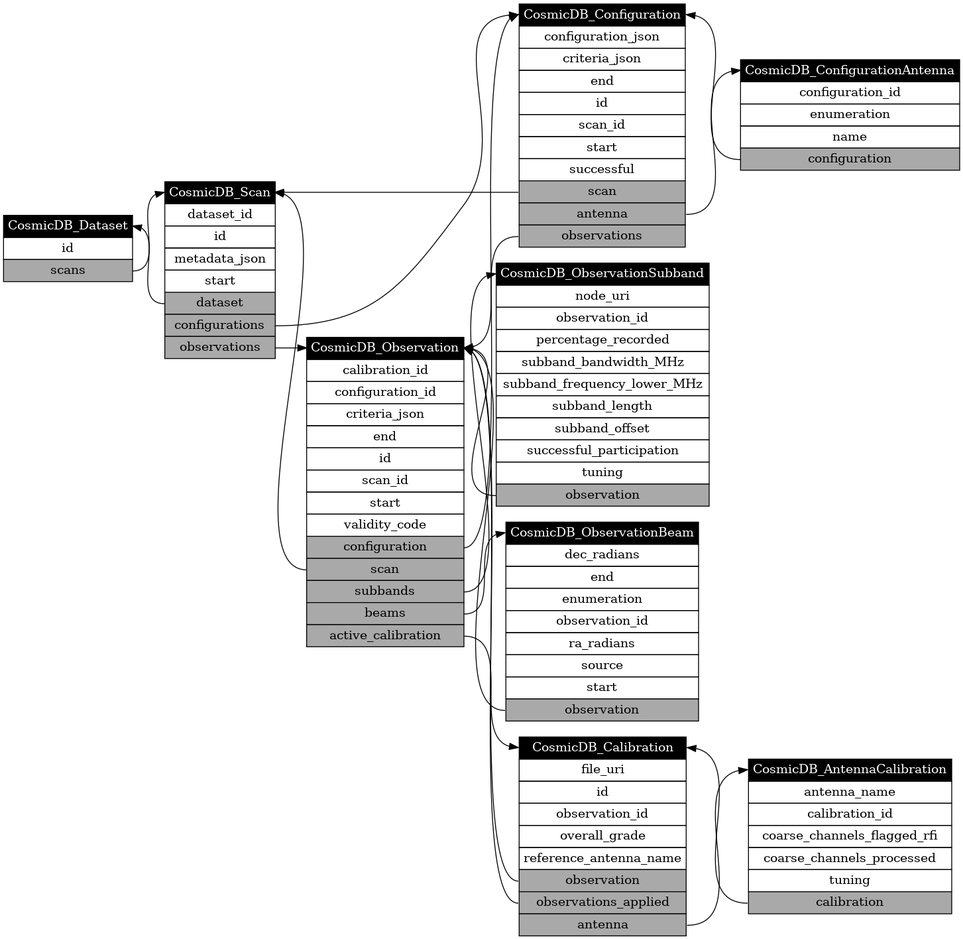
This is docs/classes_Operation.png from COSMIC-SETI/COSMIC-VLA-Database, a Graphviz export, as it was before one commit. Its source is kept beside it as docs/classes_Operation.dot. Its diagram source:
```dot
digraph CosmicDB_Operation {
rankdir=LR;
CosmicDB_Dataset:scans -> CosmicDB_Scan:class;
CosmicDB_Dataset [label=<<table border="0" cellborder="1" cellspacing="0" cellpadding="4">
	<tr><td bgcolor="black" port="class"><font color="white">CosmicDB_Dataset</font></td></tr>
	<tr><td>id</td></tr>
	<tr><td bgcolor="darkgrey" port="scans">scans</td></tr>
</table>>, shape=plain];
CosmicDB_Scan:dataset -> CosmicDB_Dataset:class;
CosmicDB_Scan:configurations -> CosmicDB_Configuration:class;
CosmicDB_Scan:observations -> CosmicDB_Observation:class;
CosmicDB_Scan [label=<<table border="0" cellborder="1" cellspacing="0" cellpadding="4">
	<tr><td bgcolor="black" port="class"><font color="white">CosmicDB_Scan</font></td></tr>
	<tr><td>dataset_id</td></tr>
	<tr><td>id</td></tr>
	<tr><td>metadata_json</td></tr>
	<tr><td>start</td></tr>
	<tr><td bgcolor="darkgrey" port="dataset">dataset</td></tr>
	<tr><td bgcolor="darkgrey" port="configurations">configurations</td></tr>
	<tr><td bgcolor="darkgrey" port="observations">observations</td></tr>
</table>>, shape=plain];
CosmicDB_Configuration:scan -> CosmicDB_Scan:class;
CosmicDB_Configuration:antenna -> CosmicDB_ConfigurationAntenna:class;
CosmicDB_Configuration:observations -> CosmicDB_Observation:class;
CosmicDB_Configuration [label=<<table border="0" cellborder="1" cellspacing="0" cellpadding="4">
	<tr><td bgcolor="black" port="class"><font color="white">CosmicDB_Configuration</font></td></tr>
	<tr><td>configuration_json</td></tr>
	<tr><td>criteria_json</td></tr>
	<tr><td>end</td></tr>
	<tr><td>id</td></tr>
	<tr><td>scan_id</td></tr>
	<tr><td>start</td></tr>
	<tr><td>successful</td></tr>
	<tr><td bgcolor="darkgrey" port="scan">scan</td></tr>
	<tr><td bgcolor="darkgrey" port="antenna">antenna</td></tr>
	<tr><td bgcolor="darkgrey" port="observations">observations</td></tr>
</table>>, shape=plain];
CosmicDB_ConfigurationAntenna:configuration -> CosmicDB_Configuration:class;
CosmicDB_ConfigurationAntenna [label=<<table border="0" cellborder="1" cellspacing="0" cellpadding="4">
	<tr><td bgcolor="black" port="class"><font color="white">CosmicDB_ConfigurationAntenna</font></td></tr>
	<tr><td>configuration_id</td></tr>
	<tr><td>enumeration</td></tr>
	<tr><td>name</td></tr>
	<tr><td bgcolor="darkgrey" port="configuration">configuration</td></tr>
</table>>, shape=plain];
CosmicDB_Calibration:observation -> CosmicDB_Observation:class;
CosmicDB_Calibration:observations_applied -> CosmicDB_Observation:class;
CosmicDB_Calibration:antenna -> CosmicDB_AntennaCalibration:class;
CosmicDB_Calibration [label=<<table border="0" cellborder="1" cellspacing="0" cellpadding="4">
	<tr><td bgcolor="black" port="class"><font color="white">CosmicDB_Calibration</font></td></tr>
	<tr><td>file_uri</td></tr>
	<tr><td>id</td></tr>
	<tr><td>observation_id</td></tr>
	<tr><td>overall_grade</td></tr>
	<tr><td>reference_antenna_name</td></tr>
	<tr><td bgcolor="darkgrey" port="observation">observation</td></tr>
	<tr><td bgcolor="darkgrey" port="observations_applied">observations_applied</td></tr>
	<tr><td bgcolor="darkgrey" port="antenna">antenna</td></tr>
</table>>, shape=plain];
CosmicDB_AntennaCalibration:calibration -> CosmicDB_Calibration:class;
CosmicDB_AntennaCalibration [label=<<table border="0" cellborder="1" cellspacing="0" cellpadding="4">
	<tr><td bgcolor="black" port="class"><font color="white">CosmicDB_AntennaCalibration</font></td></tr>
	<tr><td>antenna_name</td></tr>
	<tr><td>calibration_id</td></tr>
	<tr><td>coarse_channels_flagged_rfi</td></tr>
	<tr><td>coarse_channels_processed</td></tr>
	<tr><td>tuning</td></tr>
	<tr><td bgcolor="darkgrey" port="calibration">calibration</td></tr>
</table>>, shape=plain];
CosmicDB_Observation:configuration -> CosmicDB_Configuration:class;
CosmicDB_Observation:scan -> CosmicDB_Scan:class;
CosmicDB_Observation:subbands -> CosmicDB_ObservationSubband:class;
CosmicDB_Observation:beams -> CosmicDB_ObservationBeam:class;
CosmicDB_Observation:active_calibration -> CosmicDB_Calibration:class;
CosmicDB_Observation [label=<<table border="0" cellborder="1" cellspacing="0" cellpadding="4">
	<tr><td bgcolor="black" port="class"><font color="white">CosmicDB_Observation</font></td></tr>
	<tr><td>calibration_id</td></tr>
	<tr><td>configuration_id</td></tr>
	<tr><td>criteria_json</td></tr>
	<tr><td>end</td></tr>
	<tr><td>id</td></tr>
	<tr><td>scan_id</td></tr>
	<tr><td>start</td></tr>
	<tr><td>validity_code</td></tr>
	<tr><td bgcolor="darkgrey" port="configuration">configuration</td></tr>
	<tr><td bgcolor="darkgrey" port="scan">scan</td></tr>
	<tr><td bgcolor="darkgrey" port="subbands">subbands</td></tr>
	<tr><td bgcolor="darkgrey" port="beams">beams</td></tr>
	<tr><td bgcolor="darkgrey" port="active_calibration">active_calibration</td></tr>
</table>>, shape=plain];
CosmicDB_ObservationSubband:observation -> CosmicDB_Observation:class;
CosmicDB_ObservationSubband [label=<<table border="0" cellborder="1" cellspacing="0" cellpadding="4">
	<tr><td bgcolor="black" port="class"><font color="white">CosmicDB_ObservationSubband</font></td></tr>
	<tr><td>node_uri</td></tr>
	<tr><td>observation_id</td></tr>
	<tr><td>percentage_recorded</td></tr>
	<tr><td>subband_bandwidth_MHz</td></tr>
	<tr><td>subband_frequency_lower_MHz</td></tr>
	<tr><td>subband_length</td></tr>
	<tr><td>subband_offset</td></tr>
	<tr><td>successful_participation</td></tr>
	<tr><td>tuning</td></tr>
	<tr><td bgcolor="darkgrey" port="observation">observation</td></tr>
</table>>, shape=plain];
CosmicDB_ObservationBeam:observation -> CosmicDB_Observation:class;
CosmicDB_ObservationBeam [label=<<table border="0" cellborder="1" cellspacing="0" cellpadding="4">
	<tr><td bgcolor="black" port="class"><font color="white">CosmicDB_ObservationBeam</font></td></tr>
	<tr><td>dec_radians</td></tr>
	<tr><td>end</td></tr>
	<tr><td>enumeration</td></tr>
	<tr><td>observation_id</td></tr>
	<tr><td>ra_radians</td></tr>
	<tr><td>source</td></tr>
	<tr><td>start</td></tr>
	<tr><td bgcolor="darkgrey" port="observation">observation</td></tr>
</table>>, shape=plain];
}
```
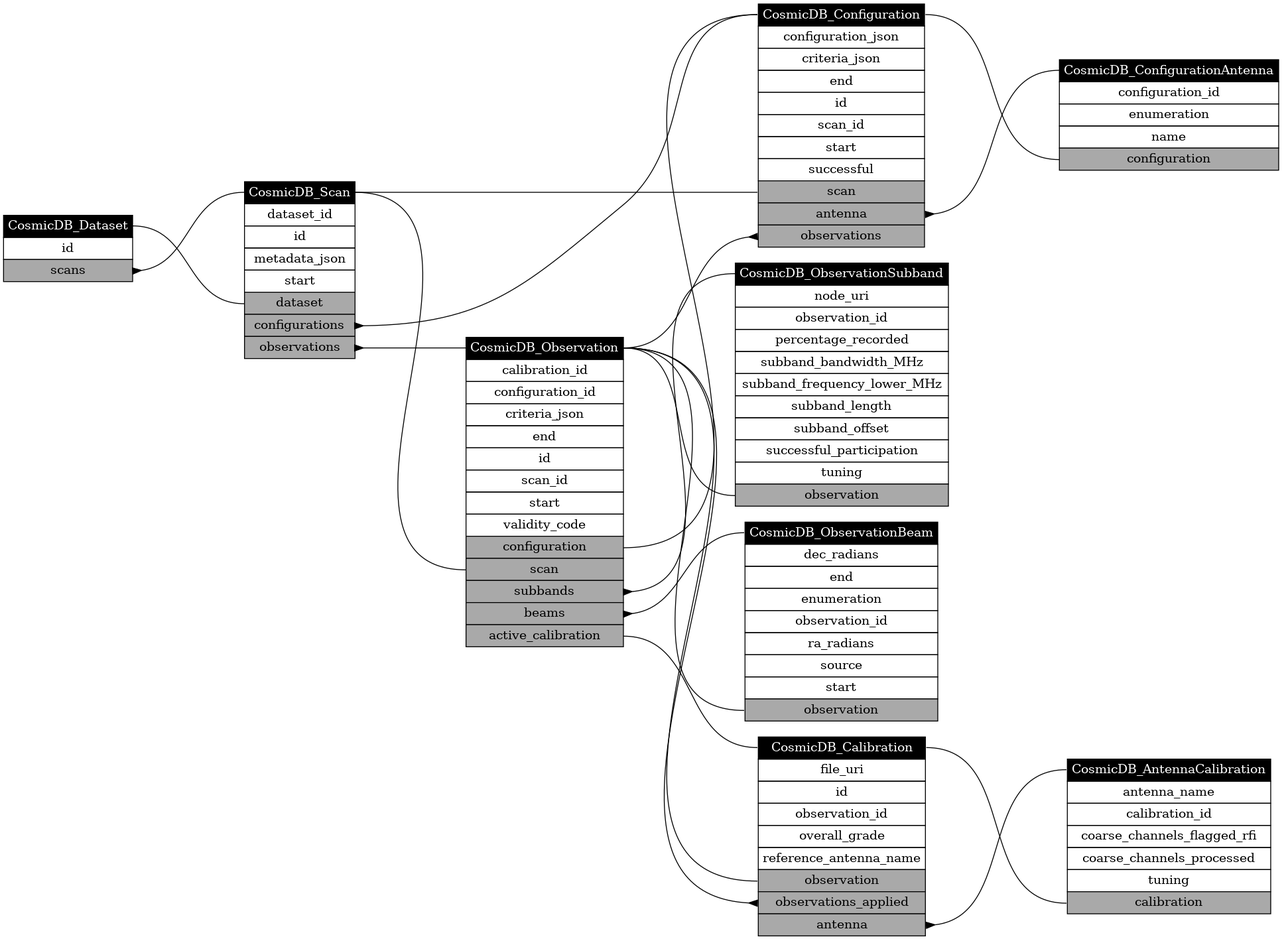
Above is the later version.

Change to the diagram source:
```diff
@@ -1,14 +1,12 @@
 digraph CosmicDB_Operation {
+layout=dot;
 rankdir=LR;
-CosmicDB_Dataset:scans -> CosmicDB_Scan:class;
+ranksep="1.75";
 CosmicDB_Dataset [label=<<table border="0" cellborder="1" cellspacing="0" cellpadding="4">
 	<tr><td bgcolor="black" port="class"><font color="white">CosmicDB_Dataset</font></td></tr>
 	<tr><td>id</td></tr>
 	<tr><td bgcolor="darkgrey" port="scans">scans</td></tr>
 </table>>, shape=plain];
-CosmicDB_Scan:dataset -> CosmicDB_Dataset:class;
-CosmicDB_Scan:configurations -> CosmicDB_Configuration:class;
-CosmicDB_Scan:observations -> CosmicDB_Observation:class;
 CosmicDB_Scan [label=<<table border="0" cellborder="1" cellspacing="0" cellpadding="4">
 	<tr><td bgcolor="black" port="class"><font color="white">CosmicDB_Scan</font></td></tr>
 	<tr><td>dataset_id</td></tr>
@@ -19,9 +17,6 @@
 	<tr><td bgcolor="darkgrey" port="configurations">configurations</td></tr>
 	<tr><td bgcolor="darkgrey" port="observations">observations</td></tr>
 </table>>, shape=plain];
-CosmicDB_Configuration:scan -> CosmicDB_Scan:class;
-CosmicDB_Configuration:antenna -> CosmicDB_ConfigurationAntenna:class;
-CosmicDB_Configuration:observations -> CosmicDB_Observation:class;
 CosmicDB_Configuration [label=<<table border="0" cellborder="1" cellspacing="0" cellpadding="4">
 	<tr><td bgcolor="black" port="class"><font color="white">CosmicDB_Configuration</font></td></tr>
 	<tr><td>configuration_json</td></tr>
@@ -35,7 +30,6 @@
 	<tr><td bgcolor="darkgrey" port="antenna">antenna</td></tr>
 	<tr><td bgcolor="darkgrey" port="observations">observations</td></tr>
 </table>>, shape=plain];
-CosmicDB_ConfigurationAntenna:configuration -> CosmicDB_Configuration:class;
 CosmicDB_ConfigurationAntenna [label=<<table border="0" cellborder="1" cellspacing="0" cellpadding="4">
 	<tr><td bgcolor="black" port="class"><font color="white">CosmicDB_ConfigurationAntenna</font></td></tr>
 	<tr><td>configuration_id</td></tr>
@@ -43,9 +37,6 @@
 	<tr><td>name</td></tr>
 	<tr><td bgcolor="darkgrey" port="configuration">configuration</td></tr>
 </table>>, shape=plain];
-CosmicDB_Calibration:observation -> CosmicDB_Observation:class;
-CosmicDB_Calibration:observations_applied -> CosmicDB_Observation:class;
-CosmicDB_Calibration:antenna -> CosmicDB_AntennaCalibration:class;
 CosmicDB_Calibration [label=<<table border="0" cellborder="1" cellspacing="0" cellpadding="4">
 	<tr><td bgcolor="black" port="class"><font color="white">CosmicDB_Calibration</font></td></tr>
 	<tr><td>file_uri</td></tr>
@@ -57,7 +48,6 @@
 	<tr><td bgcolor="darkgrey" port="observations_applied">observations_applied</td></tr>
 	<tr><td bgcolor="darkgrey" port="antenna">antenna</td></tr>
 </table>>, shape=plain];
-CosmicDB_AntennaCalibration:calibration -> CosmicDB_Calibration:class;
 CosmicDB_AntennaCalibration [label=<<table border="0" cellborder="1" cellspacing="0" cellpadding="4">
 	<tr><td bgcolor="black" port="class"><font color="white">CosmicDB_AntennaCalibration</font></td></tr>
 	<tr><td>antenna_name</td></tr>
@@ -67,11 +57,6 @@
 	<tr><td>tuning</td></tr>
 	<tr><td bgcolor="darkgrey" port="calibration">calibration</td></tr>
 </table>>, shape=plain];
-CosmicDB_Observation:configuration -> CosmicDB_Configuration:class;
-CosmicDB_Observation:scan -> CosmicDB_Scan:class;
-CosmicDB_Observation:subbands -> CosmicDB_ObservationSubband:class;
-CosmicDB_Observation:beams -> CosmicDB_ObservationBeam:class;
-CosmicDB_Observation:active_calibration -> CosmicDB_Calibration:class;
 CosmicDB_Observation [label=<<table border="0" cellborder="1" cellspacing="0" cellpadding="4">
 	<tr><td bgcolor="black" port="class"><font color="white">CosmicDB_Observation</font></td></tr>
 	<tr><td>calibration_id</td></tr>
@@ -88,7 +73,6 @@
 	<tr><td bgcolor="darkgrey" port="beams">beams</td></tr>
 	<tr><td bgcolor="darkgrey" port="active_calibration">active_calibration</td></tr>
 </table>>, shape=plain];
-CosmicDB_ObservationSubband:observation -> CosmicDB_Observation:class;
 CosmicDB_ObservationSubband [label=<<table border="0" cellborder="1" cellspacing="0" cellpadding="4">
 	<tr><td bgcolor="black" port="class"><font color="white">CosmicDB_ObservationSubband</font></td></tr>
 	<tr><td>node_uri</td></tr>
@@ -102,7 +86,6 @@
 	<tr><td>tuning</td></tr>
 	<tr><td bgcolor="darkgrey" port="observation">observation</td></tr>
 </table>>, shape=plain];
-CosmicDB_ObservationBeam:observation -> CosmicDB_Observation:class;
 CosmicDB_ObservationBeam [label=<<table border="0" cellborder="1" cellspacing="0" cellpadding="4">
 	<tr><td bgcolor="black" port="class"><font color="white">CosmicDB_ObservationBeam</font></td></tr>
 	<tr><td>dec_radians</td></tr>
@@ -114,4 +97,23 @@
 	<tr><td>start</td></tr>
 	<tr><td bgcolor="darkgrey" port="observation">observation</td></tr>
 </table>>, shape=plain];
+CosmicDB_Dataset:scans -> CosmicDB_Scan:class  [arrowhead=none, arrowtail=inv, dir=both];
+CosmicDB_Scan:dataset -> CosmicDB_Dataset:class  [arrowhead=none, arrowtail=none, dir=both];
+CosmicDB_Scan:configurations -> CosmicDB_Configuration:class  [arrowhead=none, arrowtail=inv, dir=both];
+CosmicDB_Scan:observations -> CosmicDB_Observation:class  [arrowhead=none, arrowtail=inv, dir=both];
+CosmicDB_Configuration:scan -> CosmicDB_Scan:class  [arrowhead=none, arrowtail=none, dir=both];
+CosmicDB_Configuration:antenna -> CosmicDB_ConfigurationAntenna:class  [arrowhead=none, arrowtail=inv, dir=both];
+CosmicDB_Configuration:observations -> CosmicDB_Observation:class  [arrowhead=none, arrowtail=inv, dir=both];
+CosmicDB_ConfigurationAntenna:configuration -> CosmicDB_Configuration:class  [arrowhead=none, arrowtail=none, dir=both];
+CosmicDB_Calibration:observation -> CosmicDB_Observation:class  [arrowhead=none, arrowtail=none, dir=both];
+CosmicDB_Calibration:observations_applied -> CosmicDB_Observation:class  [arrowhead=none, arrowtail=inv, dir=both];
+CosmicDB_Calibration:antenna -> CosmicDB_AntennaCalibration:class  [arrowhead=none, arrowtail=inv, dir=both];
+CosmicDB_AntennaCalibration:calibration -> CosmicDB_Calibration:class  [arrowhead=none, arrowtail=none, dir=both];
+CosmicDB_Observation:configuration -> CosmicDB_Configuration:class  [arrowhead=none, arrowtail=none, dir=both];
+CosmicDB_Observation:scan -> CosmicDB_Scan:class  [arrowhead=none, arrowtail=none, dir=both];
+CosmicDB_Observation:subbands -> CosmicDB_ObservationSubband:class  [arrowhead=none, arrowtail=inv, dir=both];
+CosmicDB_Observation:beams -> CosmicDB_ObservationBeam:class  [arrowhead=none, arrowtail=inv, dir=both];
+CosmicDB_Observation:active_calibration -> CosmicDB_Calibration:class  [arrowhead=none, arrowtail=none, dir=both];
+CosmicDB_ObservationSubband:observation -> CosmicDB_Observation:class  [arrowhead=none, arrowtail=none, dir=both];
+CosmicDB_ObservationBeam:observation -> CosmicDB_Observation:class  [arrowhead=none, arrowtail=none, dir=both];
 }
```
